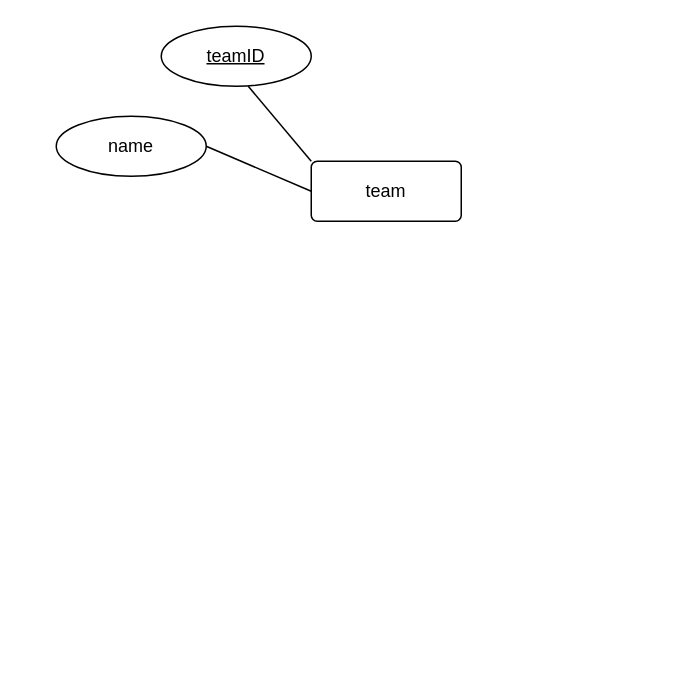
Above: Untitled Diagram.drawio in alec202/CIS353ERDiagramAssignment (draw.io), before the change. Source tidied: cells renumbered, new cells numbered last; positions are measured from the earlier drawing's top-left corner, leaving out a move shared by most shapes. Both pictures are drawn from the tidied source at 150%, with x=0, y=0 at pixel (56, 26).
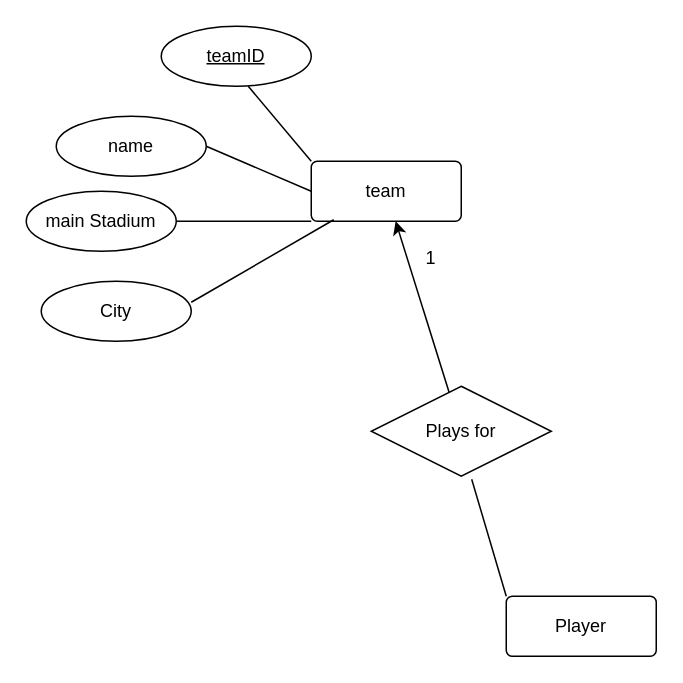
After the change.

Change to the diagram source:
```diff
@@
 <mxGraphModel>
   <root>
     <mxCell id="0" />
     <mxCell id="1" parent="0" />
     <mxCell id="2" value="team" style="rounded=1;arcSize=10;whiteSpace=wrap;html=1;align=center;" parent="1" vertex="1">
       <mxGeometry x="170" y="90" width="100" height="40" as="geometry" />
     </mxCell>
     <mxCell id="3" value="teamID" style="ellipse;whiteSpace=wrap;html=1;align=center;fontStyle=4;" parent="1" vertex="1">
       <mxGeometry x="70" width="100" height="40" as="geometry" />
     </mxCell>
     <mxCell id="4" style="endArrow=none;html=1;rounded=0;entryX=0.58;entryY=1;entryDx=0;entryDy=0;entryPerimeter=0;exitX=0;exitY=0;exitDx=0;exitDy=0;" parent="1" edge="1" source="2" target="3">
       <mxGeometry relative="1" as="geometry" />
     </mxCell>
     <mxCell id="5" value="name" style="ellipse;whiteSpace=wrap;html=1;align=center;" parent="1" vertex="1">
       <mxGeometry y="60" width="100" height="40" as="geometry" />
     </mxCell>
     <mxCell id="6" style="endArrow=none;html=1;rounded=0;entryX=0;entryY=0.5;entryDx=0;entryDy=0;exitX=1;exitY=0.5;exitDx=0;exitDy=0;" parent="1" edge="1" source="5" target="2">
       <mxGeometry relative="1" as="geometry" />
     </mxCell>
+    <mxCell id="7" value="main Stadium" style="ellipse;whiteSpace=wrap;html=1;align=center;" parent="1" vertex="1">
+      <mxGeometry x="-20" y="110" width="100" height="40" as="geometry" />
+    </mxCell>
+    <mxCell id="8" style="endArrow=none;html=1;rounded=0;entryX=0;entryY=1;entryDx=0;entryDy=0;exitX=1;exitY=0.5;exitDx=0;exitDy=0;" parent="1" edge="1" source="7" target="2">
+      <mxGeometry relative="1" as="geometry" />
+    </mxCell>
+    <mxCell id="9" value="City" style="ellipse;whiteSpace=wrap;html=1;align=center;" parent="1" vertex="1">
+      <mxGeometry x="-10" y="170" width="100" height="40" as="geometry" />
+    </mxCell>
+    <mxCell id="10" style="endArrow=none;html=1;rounded=0;entryX=0.15;entryY=0.975;entryDx=0;entryDy=0;entryPerimeter=0;exitX=1;exitY=0.35;exitDx=0;exitDy=0;exitPerimeter=0;" parent="1" edge="1" source="9" target="2">
+      <mxGeometry relative="1" as="geometry" />
+    </mxCell>
+    <mxCell id="11" value="Player" style="rounded=1;arcSize=10;whiteSpace=wrap;html=1;align=center;" parent="1" vertex="1">
+      <mxGeometry x="300" y="380" width="100" height="40" as="geometry" />
+    </mxCell>
+    <mxCell id="12" style="endArrow=none;html=1;rounded=0;entryX=0;entryY=0;entryDx=0;entryDy=0;exitX=0.558;exitY=1.033;exitDx=0;exitDy=0;exitPerimeter=0;" parent="1" edge="1" source="13" target="11">
+      <mxGeometry relative="1" as="geometry" />
+    </mxCell>
+    <mxCell id="13" value="Plays for" style="shape=rhombus;perimeter=rhombusPerimeter;whiteSpace=wrap;html=1;align=center;" parent="1" vertex="1">
+      <mxGeometry x="210" y="240" width="120" height="60" as="geometry" />
+    </mxCell>
+    <mxCell id="14" style="endArrow=classic;html=1;rounded=0;" parent="1" edge="1" source="13" target="2">
+      <mxGeometry relative="1" as="geometry" />
+    </mxCell>
+    <mxCell id="15" value="1" style="text;strokeColor=none;align=center;fillColor=none;html=1;verticalAlign=middle;whiteSpace=wrap;rounded=0;" parent="1" vertex="1">
+      <mxGeometry x="220" y="140" width="60" height="30" as="geometry" />
+    </mxCell>
   </root>
 </mxGraphModel>
```
